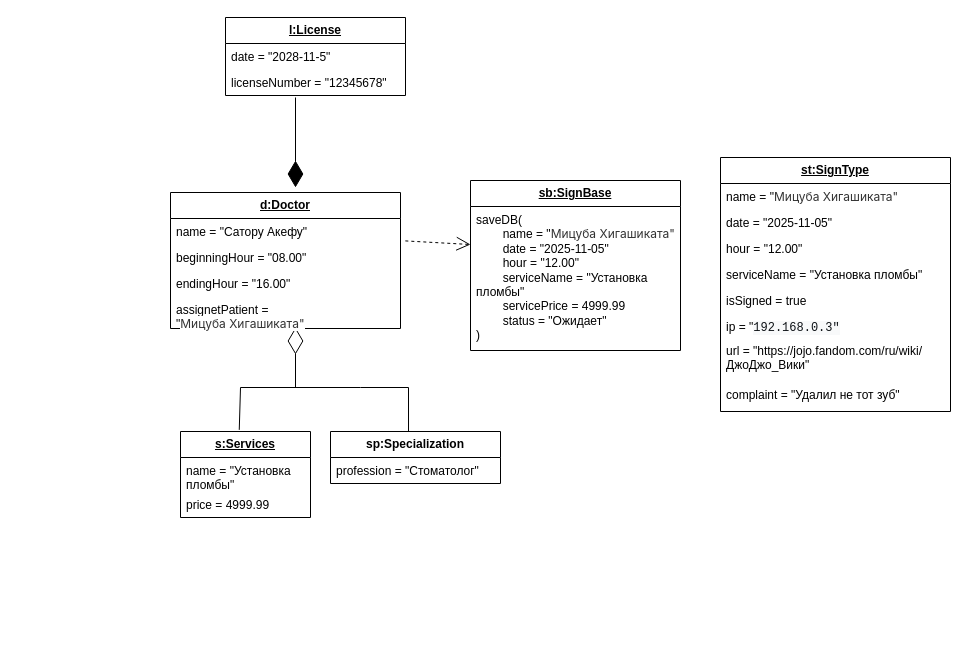
This is page "объектов" (6 of 6) of 2 лаба.drawio from Encorsio23/OOAPGovorovMikhailitsinMuslimov, a draw.io file, before an edit. Source tidied: cells renumbered, new cells numbered last; positions are measured from the earlier drawing's top-left corner, leaving out a move shared by most shapes. Both pictures are drawn from the tidied source at 100%, with x=0, y=0 at pixel (170, 17).
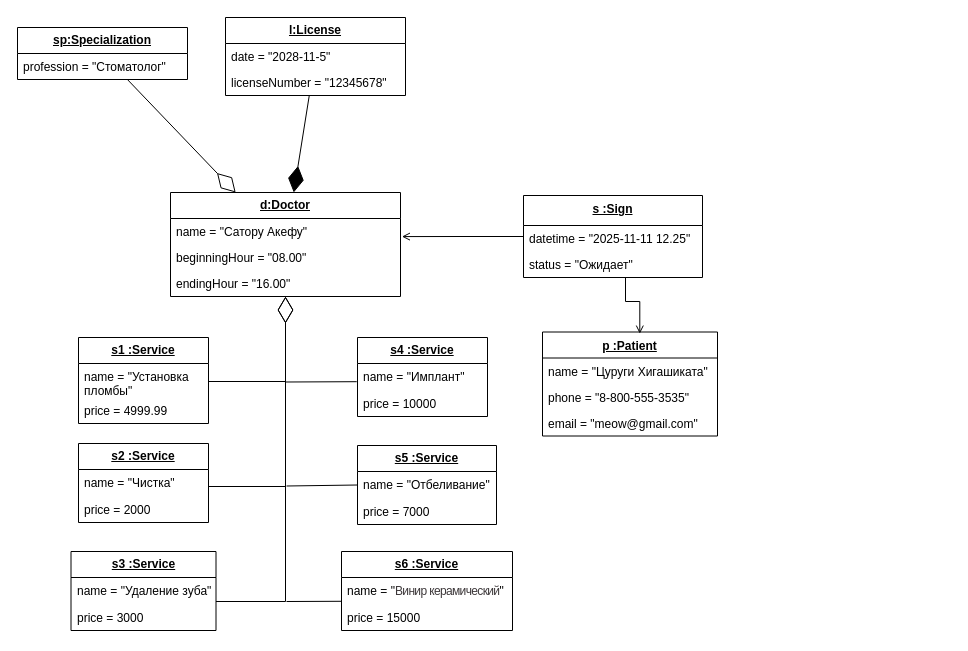
The same diagram, later.

Unchanged cells that the change refers to:
```xml
<mxCell id="7" value="&lt;span style=&quot;font-weight: 700;&quot;&gt;&lt;u&gt;l:License&lt;/u&gt;&lt;/span&gt;" style="swimlane;fontStyle=0;horizontal=1;startSize=26;fillColor=none;whiteSpace=wrap;html=1;" parent="1" vertex="1">
  <mxGeometry x="55" width="180" height="78" as="geometry" />
</mxCell>
<mxCell id="11" value="name = &quot;Сатору Акефу&quot;" style="text;strokeColor=none;fillColor=none;align=left;verticalAlign=top;spacingLeft=4;spacingRight=4;overflow=hidden;points=[[0,0.5],[1,0.5]];portConstraint=eastwest;whiteSpace=wrap;html=1;" parent="10" vertex="1">
  <mxGeometry y="26" width="230" height="26" as="geometry" />
</mxCell>
<mxCell id="12" value="beginningHour = &quot;08.00&quot;" style="text;strokeColor=none;fillColor=none;align=left;verticalAlign=top;spacingLeft=4;spacingRight=4;overflow=hidden;points=[[0,0.5],[1,0.5]];portConstraint=eastwest;whiteSpace=wrap;html=1;" parent="10" vertex="1">
  <mxGeometry y="52" width="230" height="26" as="geometry" />
</mxCell>
```

What changed in the source:
```diff
@@
-    <mxCell id="2" value="&lt;span style=&quot;font-weight: 700;&quot;&gt;sp:Specialization&lt;/span&gt;" style="swimlane;fontStyle=0;horizontal=1;startSize=26;fillColor=none;whiteSpace=wrap;html=1;" parent="1" vertex="1">
-      <mxGeometry x="160" y="414" width="170" height="52" as="geometry" />
+    <mxCell id="2" value="&lt;span style=&quot;font-weight: 700;&quot;&gt;&lt;u&gt;sp:Specialization&lt;/u&gt;&lt;/span&gt;" style="swimlane;fontStyle=0;horizontal=1;startSize=26;fillColor=none;whiteSpace=wrap;html=1;" parent="1" vertex="1">
+      <mxGeometry x="-153" y="10" width="170" height="52" as="geometry" />
     </mxCell>
@@
-    <mxCell id="4" style="endArrow=diamondThin;endFill=0;endSize=24;html=1;rounded=0;entryX=0.443;entryY=1.033;entryDx=0;entryDy=0;entryPerimeter=0;" parent="1" edge="1">
-      <mxGeometry relative="1" as="geometry">
-        <mxPoint x="125" y="370" as="sourcePoint" />
-        <mxPoint x="125" y="310" as="targetPoint" />
-      </mxGeometry>
+    <mxCell id="4" style="endArrow=diamondThin;endFill=0;endSize=24;html=1;rounded=0;" parent="1" edge="1" source="2" target="10">
+      <mxGeometry relative="1" as="geometry" />
     </mxCell>
-    <mxCell id="5" style="endArrow=diamondThin;endFill=1;endSize=24;html=1;rounded=0;" parent="1" edge="1">
-      <mxGeometry relative="1" as="geometry">
-        <mxPoint x="125" y="80" as="sourcePoint" />
-        <mxPoint x="125" y="170" as="targetPoint" />
-      </mxGeometry>
-    </mxCell>
-    <mxCell id="6" style="endArrow=open;endSize=12;dashed=1;html=1;rounded=0;exitX=1.021;exitY=-0.138;exitDx=0;exitDy=0;exitPerimeter=0;entryX=0;entryY=0.264;entryDx=0;entryDy=0;entryPerimeter=0;" parent="1" edge="1" source="12" target="19">
-      <mxGeometry relative="1" as="geometry" />
-    </mxCell>
@@
     <mxCell id="10" value="&lt;span style=&quot;font-weight: 700;&quot;&gt;&lt;u&gt;d:Doctor&lt;/u&gt;&lt;/span&gt;" style="swimlane;fontStyle=0;horizontal=1;startSize=26;fillColor=none;whiteSpace=wrap;html=1;" parent="1" vertex="1">
-      <mxGeometry y="175" width="230" height="136" as="geometry" />
+      <mxGeometry y="175" width="230" height="104" as="geometry" />
     </mxCell>
@@
-    <mxCell id="14" value="assignetPatient = &quot;&lt;span style=&quot;color: rgb(51, 51, 51); font-family: &amp;quot;YS Text&amp;quot;, -apple-system, BlinkMacSystemFont, Arial, Helvetica, &amp;quot;Arial Unicode MS&amp;quot;, sans-serif; background-color: rgb(255, 255, 255);&quot;&gt;&lt;font&gt;Мицуба&amp;nbsp;&lt;/font&gt;&lt;font&gt;Хигашиката&quot;&lt;/font&gt;&lt;/span&gt;" style="text;strokeColor=none;fillColor=none;align=left;verticalAlign=top;spacingLeft=4;spacingRight=4;overflow=hidden;whiteSpace=wrap;html=1;" parent="10" vertex="1">
-      <mxGeometry y="104" width="230" height="32" as="geometry" />
-    </mxCell>
-    <mxCell id="15" value="&lt;span style=&quot;font-weight: 700;&quot;&gt;&lt;u&gt;s:Services&lt;/u&gt;&lt;/span&gt;" style="swimlane;fontStyle=0;horizontal=1;startSize=26;fillColor=none;whiteSpace=wrap;html=1;" parent="1" vertex="1">
-      <mxGeometry x="10" y="414" width="130" height="86" as="geometry" />
+    <mxCell id="15" value="&lt;span style=&quot;font-weight: 700;&quot;&gt;&lt;u&gt;s1 :Service&lt;/u&gt;&lt;/span&gt;" style="swimlane;fontStyle=0;horizontal=1;startSize=26;fillColor=none;whiteSpace=wrap;html=1;" parent="1" vertex="1">
+      <mxGeometry x="-92" y="320" width="130" height="86" as="geometry" />
     </mxCell>
@@
-    <mxCell id="18" value="&lt;span style=&quot;font-weight: 700;&quot;&gt;&lt;u&gt;sb:SignBase&lt;/u&gt;&lt;/span&gt;" style="swimlane;fontStyle=0;horizontal=1;startSize=26;fillColor=none;whiteSpace=wrap;html=1;" parent="1" vertex="1">
-      <mxGeometry x="300" y="163" width="210" height="170" as="geometry" />
-    </mxCell>
-    <mxCell id="19" value="saveDB(&lt;br&gt;&lt;span style=&quot;white-space: pre;&quot;&gt;&#9;&lt;/span&gt;name = &quot;&lt;span style=&quot;color: rgb(51, 51, 51); font-family: &amp;quot;YS Text&amp;quot;, -apple-system, BlinkMacSystemFont, Arial, Helvetica, &amp;quot;Arial Unicode MS&amp;quot;, sans-serif; background-color: rgb(255, 255, 255);&quot;&gt;Мицуба&amp;nbsp;Хигашиката&quot;&lt;/span&gt;&lt;div&gt;&lt;span style=&quot;white-space: pre;&quot;&gt;&#9;&lt;/span&gt;date&amp;nbsp;&lt;span style=&quot;background-color: transparent; color: light-dark(rgb(0, 0, 0), rgb(255, 255, 255));&quot;&gt;= &quot;2025-11-05&quot;&lt;/span&gt;&lt;/div&gt;&lt;div&gt;&lt;div&gt;&lt;span style=&quot;white-space: pre;&quot;&gt;&#9;&lt;/span&gt;hour&lt;span style=&quot;background-color: transparent; color: light-dark(rgb(0, 0, 0), rgb(255, 255, 255));&quot;&gt;&amp;nbsp;&lt;/span&gt;&lt;span style=&quot;background-color: transparent; color: light-dark(rgb(0, 0, 0), rgb(255, 255, 255));&quot;&gt;= &quot;12.00&quot;&lt;/span&gt;&lt;br&gt;&lt;/div&gt;&lt;span style=&quot;white-space: pre;&quot;&gt;&#9;&lt;/span&gt;serviceName&lt;span style=&quot;background-color: transparent; color: light-dark(rgb(0, 0, 0), rgb(255, 255, 255));&quot;&gt;&amp;nbsp;&lt;/span&gt;&lt;span style=&quot;background-color: transparent; color: light-dark(rgb(0, 0, 0), rgb(255, 255, 255));&quot;&gt;= &quot;Установка пломбы&quot;&amp;nbsp;&lt;/span&gt;&lt;/div&gt;&lt;div&gt;&lt;span style=&quot;white-space: pre;&quot;&gt;&#9;&lt;/span&gt;servicePrice&lt;span style=&quot;background-color: transparent; color: light-dark(rgb(0, 0, 0), rgb(255, 255, 255));&quot;&gt;&amp;nbsp;&lt;/span&gt;&lt;span style=&quot;background-color: transparent; color: light-dark(rgb(0, 0, 0), rgb(255, 255, 255));&quot;&gt;= 4999.99&lt;/span&gt;&lt;/div&gt;&lt;div&gt;&lt;span style=&quot;white-space: pre;&quot;&gt;&#9;&lt;/span&gt;status = &quot;Ожидает&quot;&lt;br&gt;)&lt;div&gt;&lt;br&gt;&lt;/div&gt;&lt;/div&gt;" style="text;strokeColor=none;fillColor=none;align=left;verticalAlign=top;spacingLeft=4;spacingRight=4;overflow=hidden;points=[[0,0.5],[1,0.5]];portConstraint=eastwest;whiteSpace=wrap;html=1;" parent="18" vertex="1">
-      <mxGeometry y="26" width="210" height="144" as="geometry" />
-    </mxCell>
-    <mxCell id="20" value="&lt;span style=&quot;font-weight: 700;&quot;&gt;&lt;u&gt;st:SignType&lt;/u&gt;&lt;/span&gt;" style="swimlane;fontStyle=0;horizontal=1;startSize=26;fillColor=none;whiteSpace=wrap;html=1;" parent="1" vertex="1">
-      <mxGeometry x="550" y="140" width="230" height="254" as="geometry" />
-    </mxCell>
-    <mxCell id="21" value="name = &quot;&lt;span style=&quot;color: rgb(51, 51, 51); font-family: &amp;quot;YS Text&amp;quot;, -apple-system, BlinkMacSystemFont, Arial, Helvetica, &amp;quot;Arial Unicode MS&amp;quot;, sans-serif; background-color: rgb(255, 255, 255);&quot;&gt;Мицуба&amp;nbsp;Хигашиката&quot;&lt;/span&gt;&lt;div&gt;&lt;br&gt;&lt;/div&gt;" style="text;strokeColor=none;fillColor=none;align=left;verticalAlign=top;spacingLeft=4;spacingRight=4;overflow=hidden;whiteSpace=wrap;html=1;" parent="20" vertex="1">
-      <mxGeometry y="26" width="230" height="26" as="geometry" />
-    </mxCell>
-    <mxCell id="22" value="date = &quot;2025-11-05&quot;&lt;div&gt;&lt;br&gt;&lt;/div&gt;" style="text;strokeColor=none;fillColor=none;align=left;verticalAlign=top;spacingLeft=4;spacingRight=4;overflow=hidden;whiteSpace=wrap;html=1;" parent="20" vertex="1">
-      <mxGeometry y="52" width="230" height="26" as="geometry" />
-    </mxCell>
-    <mxCell id="23" value="hour = &quot;12.00&quot;&lt;div&gt;&lt;br&gt;&lt;/div&gt;" style="text;strokeColor=none;fillColor=none;align=left;verticalAlign=top;spacingLeft=4;spacingRight=4;overflow=hidden;whiteSpace=wrap;html=1;" parent="20" vertex="1">
-      <mxGeometry y="78" width="230" height="26" as="geometry" />
-    </mxCell>
-    <mxCell id="24" value="serviceName = &quot;Установка пломбы&quot;&amp;nbsp;&lt;div&gt;&lt;br&gt;&lt;/div&gt;" style="text;strokeColor=none;fillColor=none;align=left;verticalAlign=top;spacingLeft=4;spacingRight=4;overflow=hidden;whiteSpace=wrap;html=1;" parent="20" vertex="1">
-      <mxGeometry y="104" width="230" height="26" as="geometry" />
-    </mxCell>
-    <mxCell id="25" value="isSigned = true&lt;div&gt;&lt;br&gt;&lt;/div&gt;" style="text;strokeColor=none;fillColor=none;align=left;verticalAlign=top;spacingLeft=4;spacingRight=4;overflow=hidden;whiteSpace=wrap;html=1;" parent="20" vertex="1">
-      <mxGeometry y="130" width="230" height="26" as="geometry" />
-    </mxCell>
-    <mxCell id="26" value="ip = &quot;&lt;span style=&quot;color: rgb(16, 20, 24); font-family: monospace, monospace; background-color: rgb(248, 249, 250);&quot;&gt;&lt;font&gt;192.168.0.3&quot;&lt;/font&gt;&lt;/span&gt;" style="text;strokeColor=none;fillColor=none;align=left;verticalAlign=top;spacingLeft=4;spacingRight=4;overflow=hidden;whiteSpace=wrap;html=1;" parent="20" vertex="1">
-      <mxGeometry y="156" width="230" height="24" as="geometry" />
-    </mxCell>
-    <mxCell id="27" value="url = &quot;https://jojo.fandom.com/ru/wiki/ДжоДжо_Вики&quot;" style="text;strokeColor=none;fillColor=none;align=left;verticalAlign=top;spacingLeft=4;spacingRight=4;overflow=hidden;whiteSpace=wrap;html=1;" parent="20" vertex="1">
-      <mxGeometry y="180" width="230" height="44" as="geometry" />
-    </mxCell>
-    <mxCell id="28" value="complaint = &quot;Удалил не тот зуб&quot;" style="text;strokeColor=none;fillColor=none;align=left;verticalAlign=top;spacingLeft=4;spacingRight=4;overflow=hidden;whiteSpace=wrap;html=1;" parent="20" vertex="1">
-      <mxGeometry y="224" width="230" height="30" as="geometry" />
-    </mxCell>
-    <mxCell id="29" style="endArrow=none;html=1;rounded=0;exitX=0.452;exitY=-0.019;exitDx=0;exitDy=0;exitPerimeter=0;" parent="1" edge="1" source="15">
+    <mxCell id="29" style="endArrow=none;html=1;rounded=0;startArrow=diamondThin;startFill=0;startSize=24;edgeStyle=orthogonalEdgeStyle;" parent="1" edge="1" source="10" target="15">
       <mxGeometry relative="1" as="geometry">
-        <mxPoint x="190" y="370" as="targetPoint" />
         <Array as="points">
-          <mxPoint x="70" y="370" />
+          <mxPoint x="115" y="364" />
         </Array>
       </mxGeometry>
     </mxCell>
-    <mxCell id="30" style="endArrow=none;html=1;rounded=0;exitX=0.459;exitY=0.008;exitDx=0;exitDy=0;exitPerimeter=0;" parent="1" edge="1" source="2">
-      <mxGeometry relative="1" as="geometry">
-        <mxPoint x="190" y="370" as="targetPoint" />
-        <Array as="points">
-          <mxPoint x="238" y="370" />
-        </Array>
-      </mxGeometry>
-    </mxCell>
+    <mxCell id="31" value="&lt;span style=&quot;font-weight: 700;&quot;&gt;&lt;u&gt;s2 :Service&lt;/u&gt;&lt;/span&gt;" style="swimlane;fontStyle=0;horizontal=1;startSize=26;fillColor=none;whiteSpace=wrap;html=1;" parent="1" vertex="1">
+      <mxGeometry x="-92" y="426" width="130" height="79" as="geometry" />
+    </mxCell>
+    <mxCell id="32" value="name = &quot;Чистка&quot;" style="text;strokeColor=none;fillColor=none;align=left;verticalAlign=top;spacingLeft=4;spacingRight=4;overflow=hidden;whiteSpace=wrap;html=1;" parent="31" vertex="1">
+      <mxGeometry y="26" width="130" height="27" as="geometry" />
+    </mxCell>
+    <mxCell id="33" value="price = 2000" style="text;strokeColor=none;fillColor=none;align=left;verticalAlign=top;spacingLeft=4;spacingRight=4;overflow=hidden;whiteSpace=wrap;html=1;" parent="31" vertex="1">
+      <mxGeometry y="53" width="130" height="26" as="geometry" />
+    </mxCell>
+    <mxCell id="34" style="endArrow=diamondThin;endFill=1;endSize=24;html=1;rounded=0;" parent="1" edge="1" source="7" target="10">
+      <mxGeometry relative="1" as="geometry" />
+    </mxCell>
+    <mxCell id="35" style="endArrow=none;html=1;rounded=0;startArrow=diamondThin;startFill=0;startSize=24;edgeStyle=orthogonalEdgeStyle;" parent="1" edge="1" source="10" target="31">
+      <mxGeometry relative="1" as="geometry">
+        <Array as="points">
+          <mxPoint x="115" y="469" />
+        </Array>
+      </mxGeometry>
+    </mxCell>
+    <mxCell id="36" value="&lt;u&gt;p :Patient&lt;/u&gt;" style="swimlane;fontStyle=1;align=center;verticalAlign=top;horizontal=1;startSize=26;whiteSpace=wrap;html=1;" parent="1" vertex="1">
+      <mxGeometry x="372" y="314.5" width="175" height="104" as="geometry" />
+    </mxCell>
+    <mxCell id="37" value="name = &quot;Цуруги Хигашиката&quot;" style="text;strokeColor=none;fillColor=none;align=left;verticalAlign=top;spacingLeft=4;spacingRight=4;overflow=hidden;whiteSpace=wrap;html=1;" parent="36" vertex="1">
+      <mxGeometry y="26" width="175" height="26" as="geometry" />
+    </mxCell>
+    <mxCell id="38" value="phone = &quot;8-800-555-3535&quot;" style="text;strokeColor=none;fillColor=none;align=left;verticalAlign=top;spacingLeft=4;spacingRight=4;overflow=hidden;whiteSpace=wrap;html=1;" parent="36" vertex="1">
+      <mxGeometry y="52" width="175" height="26" as="geometry" />
+    </mxCell>
+    <mxCell id="39" value="email = &quot;meow@gmail.com&quot;" style="text;strokeColor=none;fillColor=none;align=left;verticalAlign=top;spacingLeft=4;spacingRight=4;overflow=hidden;whiteSpace=wrap;html=1;" parent="36" vertex="1">
+      <mxGeometry y="78" width="175" height="26" as="geometry" />
+    </mxCell>
+    <mxCell id="40" value="&lt;u&gt;s :Sign&lt;/u&gt;" style="swimlane;fontStyle=1;align=center;verticalAlign=top;horizontal=1;startSize=30;whiteSpace=wrap;html=1;" parent="1" vertex="1">
+      <mxGeometry x="353" y="178" width="179" height="82" as="geometry" />
+    </mxCell>
+    <mxCell id="41" value="&lt;div&gt;datetime = &quot;2025-11-11 12.25&quot;&lt;/div&gt;" style="text;strokeColor=none;fillColor=none;align=left;verticalAlign=top;spacingLeft=4;spacingRight=4;overflow=hidden;whiteSpace=wrap;html=1;" parent="40" vertex="1">
+      <mxGeometry y="30" width="179" height="26" as="geometry" />
+    </mxCell>
+    <mxCell id="42" value="status = &quot;Ожидает&quot;" style="text;strokeColor=none;fillColor=none;align=left;verticalAlign=top;spacingLeft=4;spacingRight=4;overflow=hidden;whiteSpace=wrap;html=1;" parent="40" vertex="1">
+      <mxGeometry y="56" width="179" height="26" as="geometry" />
+    </mxCell>
+    <mxCell id="43" value="&lt;span style=&quot;font-weight: 700;&quot;&gt;&lt;u&gt;s3 :Service&lt;/u&gt;&lt;/span&gt;" style="swimlane;fontStyle=0;horizontal=1;startSize=26;fillColor=none;whiteSpace=wrap;html=1;" parent="1" vertex="1">
+      <mxGeometry x="-99.5" y="534" width="145" height="79" as="geometry" />
+    </mxCell>
+    <mxCell id="44" value="name = &quot;Удаление зуба&quot;" style="text;strokeColor=none;fillColor=none;align=left;verticalAlign=top;spacingLeft=4;spacingRight=4;overflow=hidden;whiteSpace=wrap;html=1;" parent="43" vertex="1">
+      <mxGeometry y="26" width="145" height="27" as="geometry" />
+    </mxCell>
+    <mxCell id="45" value="price = 3000" style="text;strokeColor=none;fillColor=none;align=left;verticalAlign=top;spacingLeft=4;spacingRight=4;overflow=hidden;whiteSpace=wrap;html=1;" parent="43" vertex="1">
+      <mxGeometry y="53" width="145" height="26" as="geometry" />
+    </mxCell>
+    <mxCell id="46" value="&lt;span style=&quot;font-weight: 700;&quot;&gt;&lt;u&gt;s4 :Service&lt;/u&gt;&lt;/span&gt;" style="swimlane;fontStyle=0;horizontal=1;startSize=26;fillColor=none;whiteSpace=wrap;html=1;" parent="1" vertex="1">
+      <mxGeometry x="187" y="320" width="130" height="79" as="geometry" />
+    </mxCell>
+    <mxCell id="47" value="name = &quot;Имплант&quot;" style="text;strokeColor=none;fillColor=none;align=left;verticalAlign=top;spacingLeft=4;spacingRight=4;overflow=hidden;points=[[0,0.5],[1,0.5]];portConstraint=eastwest;whiteSpace=wrap;html=1;" parent="46" vertex="1">
+      <mxGeometry y="26" width="130" height="27" as="geometry" />
+    </mxCell>
+    <mxCell id="48" value="price = 10000" style="text;strokeColor=none;fillColor=none;align=left;verticalAlign=top;spacingLeft=4;spacingRight=4;overflow=hidden;whiteSpace=wrap;html=1;" parent="46" vertex="1">
+      <mxGeometry y="53" width="130" height="26" as="geometry" />
+    </mxCell>
+    <mxCell id="49" style="edgeStyle=orthogonalEdgeStyle;rounded=0;jettySize=auto;html=1;entryX=1.006;entryY=0.696;entryDx=0;entryDy=0;entryPerimeter=0;endArrow=open;endFill=0;" parent="1" edge="1" source="40" target="11">
+      <mxGeometry relative="1" as="geometry" />
+    </mxCell>
+    <mxCell id="50" style="edgeStyle=orthogonalEdgeStyle;rounded=0;jettySize=auto;html=1;endArrow=open;endFill=0;entryX=0.556;entryY=0.016;entryDx=0;entryDy=0;entryPerimeter=0;" parent="1" edge="1" source="40" target="36">
+      <mxGeometry relative="1" as="geometry">
+        <Array as="points">
+          <mxPoint x="455" y="284" />
+        </Array>
+      </mxGeometry>
+    </mxCell>
+    <mxCell id="51" value="&lt;span style=&quot;font-weight: 700;&quot;&gt;&lt;u&gt;s6 :Service&lt;/u&gt;&lt;/span&gt;" style="swimlane;fontStyle=0;horizontal=1;startSize=26;fillColor=none;whiteSpace=wrap;html=1;" parent="1" vertex="1">
+      <mxGeometry x="171" y="534" width="171" height="79" as="geometry" />
+    </mxCell>
+    <mxCell id="52" value="name = &quot;&lt;span style=&quot;color: rgb(60, 55, 57); letter-spacing: -0.64px; background-color: rgb(255, 255, 255);&quot;&gt;&lt;font face=&quot;Helvetica&quot; style=&quot;&quot;&gt;Винир&amp;nbsp;керамический&lt;/font&gt;&lt;/span&gt;&quot;" style="text;strokeColor=none;fillColor=none;align=left;verticalAlign=top;spacingLeft=4;spacingRight=4;overflow=hidden;points=[[0,0.5],[1,0.5]];portConstraint=eastwest;whiteSpace=wrap;html=1;" parent="51" vertex="1">
+      <mxGeometry y="26" width="171" height="27" as="geometry" />
+    </mxCell>
+    <mxCell id="53" value="price = 15000" style="text;strokeColor=none;fillColor=none;align=left;verticalAlign=top;spacingLeft=4;spacingRight=4;overflow=hidden;whiteSpace=wrap;html=1;" parent="51" vertex="1">
+      <mxGeometry y="53" width="171" height="26" as="geometry" />
+    </mxCell>
+    <mxCell id="54" value="&lt;span style=&quot;font-weight: 700;&quot;&gt;&lt;u&gt;s5 :Service&lt;/u&gt;&lt;/span&gt;" style="swimlane;fontStyle=0;horizontal=1;startSize=26;fillColor=none;whiteSpace=wrap;html=1;" parent="1" vertex="1">
+      <mxGeometry x="187" y="428" width="139" height="79" as="geometry" />
+    </mxCell>
+    <mxCell id="55" value="name = &quot;Отбеливание&quot;" style="text;strokeColor=none;fillColor=none;align=left;verticalAlign=top;spacingLeft=4;spacingRight=4;overflow=hidden;points=[[0,0.5],[1,0.5]];portConstraint=eastwest;whiteSpace=wrap;html=1;" parent="54" vertex="1">
+      <mxGeometry y="26" width="139" height="27" as="geometry" />
+    </mxCell>
+    <mxCell id="56" value="price = 7000" style="text;strokeColor=none;fillColor=none;align=left;verticalAlign=top;spacingLeft=4;spacingRight=4;overflow=hidden;whiteSpace=wrap;html=1;" parent="54" vertex="1">
+      <mxGeometry y="53" width="139" height="26" as="geometry" />
+    </mxCell>
+    <mxCell id="57" style="endArrow=none;html=1;rounded=0;" parent="1" edge="1">
+      <mxGeometry relative="1" as="geometry">
+        <mxPoint x="45.5" y="584" as="sourcePoint" />
+        <mxPoint x="115" y="468" as="targetPoint" />
+        <Array as="points">
+          <mxPoint x="115" y="584" />
+        </Array>
+      </mxGeometry>
+    </mxCell>
+    <mxCell id="58" style="endArrow=none;html=1;rounded=0;entryX=-0.006;entryY=0.674;entryDx=0;entryDy=0;entryPerimeter=0;" parent="1" edge="1" target="47">
+      <mxGeometry relative="1" as="geometry">
+        <mxPoint x="115" y="364.5" as="sourcePoint" />
+      </mxGeometry>
+    </mxCell>
+    <mxCell id="59" style="endArrow=none;html=1;rounded=0;entryX=-0.002;entryY=0.881;entryDx=0;entryDy=0;entryPerimeter=0;" parent="1" edge="1" target="52">
+      <mxGeometry relative="1" as="geometry">
+        <mxPoint x="116" y="584" as="sourcePoint" />
+      </mxGeometry>
+    </mxCell>
+    <mxCell id="60" style="endArrow=none;html=1;rounded=0;entryX=0;entryY=0.5;entryDx=0;entryDy=0;" parent="1" edge="1" target="55">
+      <mxGeometry relative="1" as="geometry">
+        <mxPoint x="116" y="468.5" as="sourcePoint" />
+      </mxGeometry>
+    </mxCell>
```
